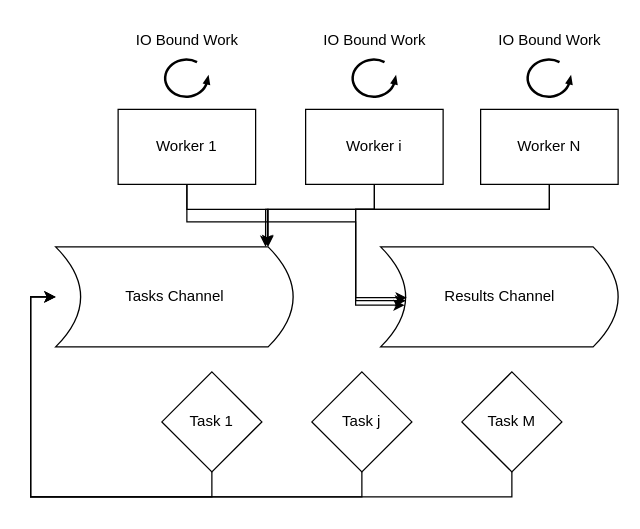
The draw.io diagram assets/PoolWork.drawio in jfgr27/go-concurrency-patterns, before the edit. Source tidied: cells renumbered, new cells numbered last; positions are measured from the earlier drawing's top-left corner, leaving out a move shared by most shapes. Both pictures are drawn from the tidied source at 125%, with x=0, y=0 at pixel (30, 21).
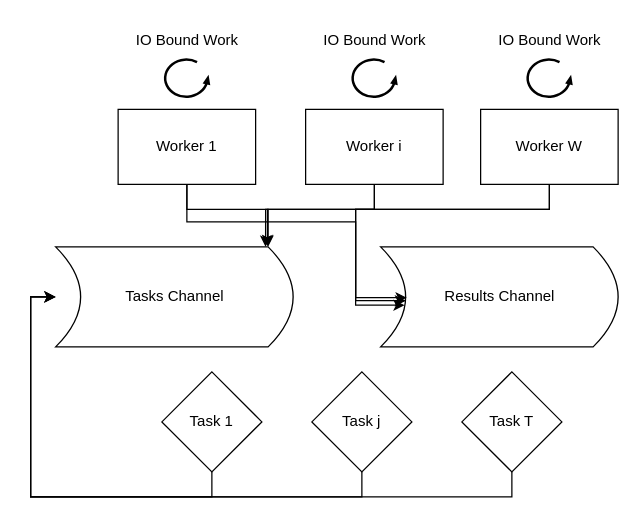
The same diagram, later.

Diff of the diagram source:
```diff
@@
-    <mxCell id="5" value="Worker N" style="rounded=0;whiteSpace=wrap;html=1;" parent="1" vertex="1">
+    <mxCell id="5" value="Worker W" style="rounded=0;whiteSpace=wrap;html=1;" parent="1" vertex="1">
       <mxGeometry x="360" y="70" width="110" height="60" as="geometry" />
     </mxCell>
@@
-    <mxCell id="11" value="Task M" style="rhombus;whiteSpace=wrap;html=1;" parent="1" vertex="1">
+    <mxCell id="11" value="Task T" style="rhombus;whiteSpace=wrap;html=1;" parent="1" vertex="1">
       <mxGeometry x="345" y="280" width="80" height="80" as="geometry" />
     </mxCell>
```
